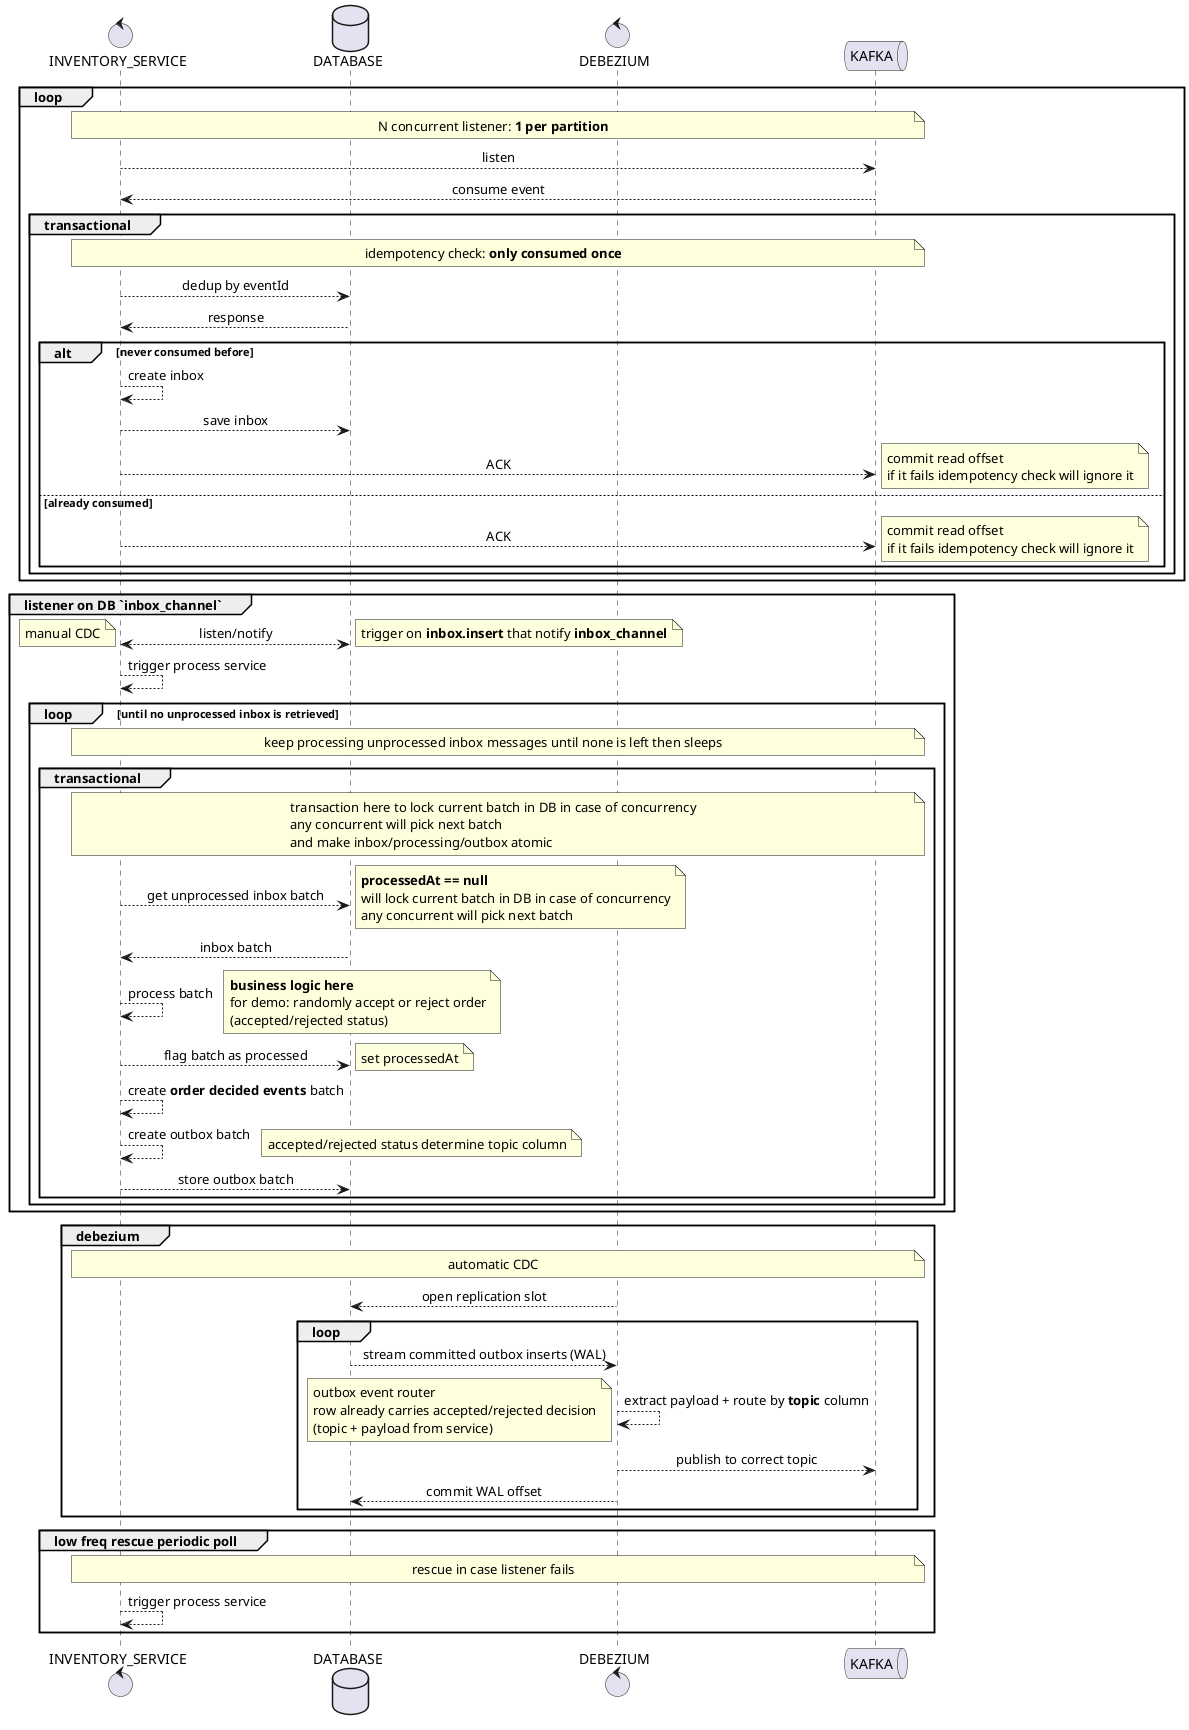
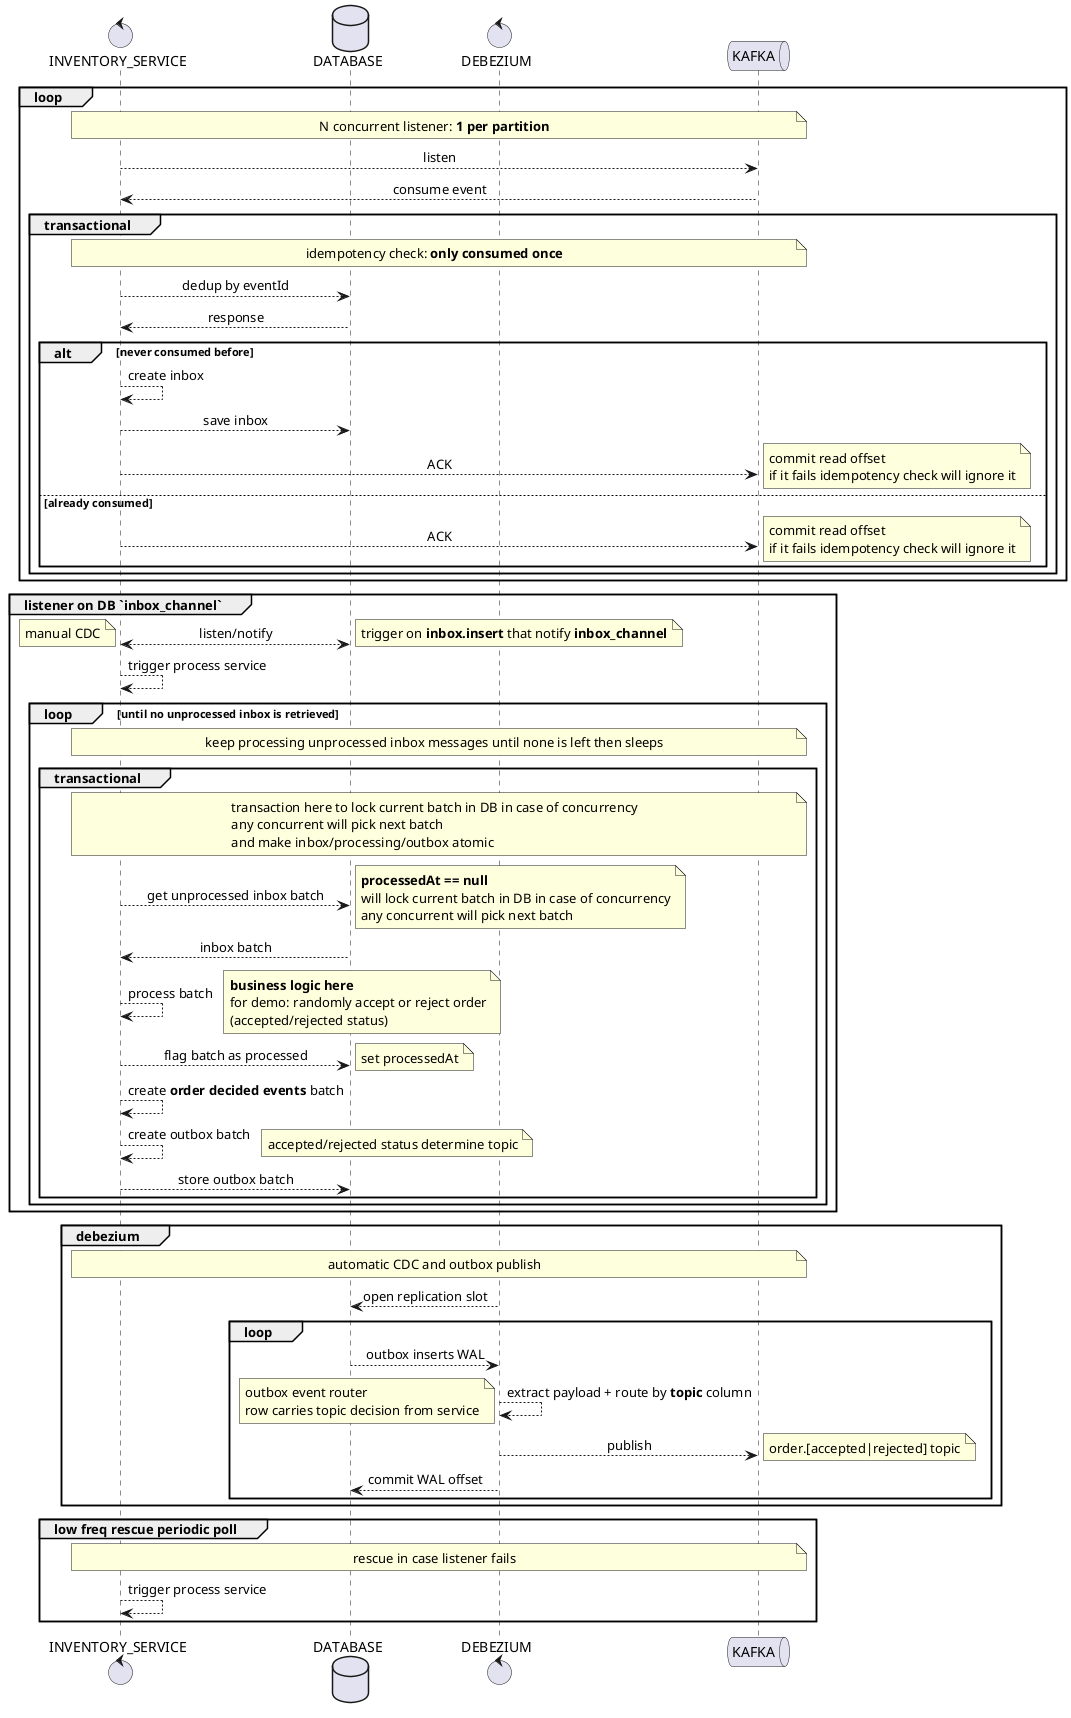
@startuml
skinparam sequenceMessageAlign center

control INVENTORY_SERVICE as SERVICE
database DATABASE as DB
control DEBEZIUM as Z
queue KAFKA as K

loop
    note across: N concurrent listener: **1 per partition**
    SERVICE --> K: listen
    K --> SERVICE: consume event
    group transactional
        note across: idempotency check: **only consumed once**
        SERVICE --> DB: dedup by eventId
        DB --> SERVICE: response
        alt never consumed before
            SERVICE --> SERVICE: create inbox
            SERVICE --> DB: save inbox
            SERVICE --> K: ACK
            note right: commit read offset\nif it fails idempotency check will ignore it
        else already consumed
            SERVICE --> K: ACK
            note right: commit read offset\nif it fails idempotency check will ignore it
        end
    end
end

group listener on DB `inbox_channel`
    SERVICE <--> DB: listen/notify
    note left: manual CDC
    note right: trigger on **inbox.insert** that notify **inbox_channel**
    SERVICE --> SERVICE: trigger process service
    loop until no unprocessed inbox is retrieved
        note across: keep processing unprocessed inbox messages until none is left then sleeps
        group transactional
            note across: transaction here to lock current batch in DB in case of concurrency\nany concurrent will pick next batch\nand make inbox/processing/outbox atomic
            SERVICE --> DB: get unprocessed inbox batch
            note right: **processedAt == null**\nwill lock current batch in DB in case of concurrency\nany concurrent will pick next batch
            DB --> SERVICE: inbox batch
            SERVICE --> SERVICE: process batch
            note right: **business logic here**\nfor demo: randomly accept or reject order\n(accepted/rejected status)
            SERVICE --> DB: flag batch as processed
            note right: set processedAt
            SERVICE --> SERVICE: create **order decided events** batch
            SERVICE --> SERVICE: create outbox batch
-             note right: accepted/rejected status determine topic column
+             note right: accepted/rejected status determine topic
            SERVICE --> DB: store outbox batch
        end
    end
end

group debezium
-     note across: automatic CDC
+     note across: automatic CDC and outbox publish
    Z --> DB: open replication slot
    loop
-         DB --> Z: stream committed outbox inserts (WAL)
+         DB --> Z: outbox inserts WAL
        Z --> Z: extract payload + route by **topic** column
-         note left: outbox event router\nrow already carries accepted/rejected decision\n(topic + payload from service)
-         Z --> K: publish to correct topic
+         note left: outbox event router\nrow carries topic decision from service
+         Z --> K: publish
+         note right: order.[accepted|rejected] topic
        Z --> DB: commit WAL offset
    end
end

group low freq rescue periodic poll
    note across: rescue in case listener fails
    SERVICE --> SERVICE: trigger process service
end
@enduml
